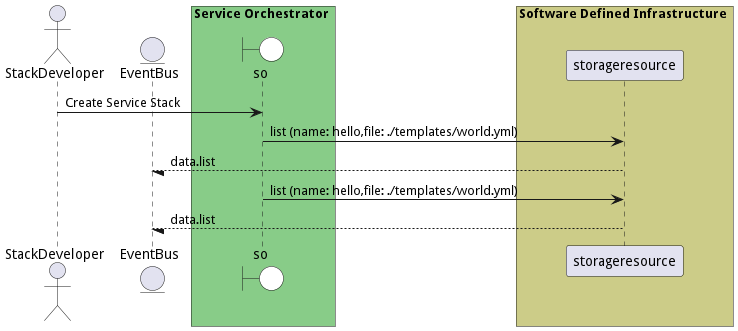
Before: docs/edgemere/sml/so/usecases/managestacks/CreateServiceStack.png, a diagram exported from PlantUML (madajaju/edgemere). The source it was exported from:
```plantuml
@startuml

actor "StackDeveloper"


entity EventBus

box Service Orchestrator #88cc88
    boundary so #white
end box


box Software Defined Infrastructure #cccc88
            participant storageresource
    end box


"StackDeveloper" -> so: Create Service Stack

    so -> "storageresource": list (name: hello,file: ./templates/world.yml)

    "storageresource" --/ EventBus: data.list

    so -> "storageresource": list (name: hello,file: ./templates/world.yml)

    "storageresource" --/ EventBus: data.list



@enduml
```
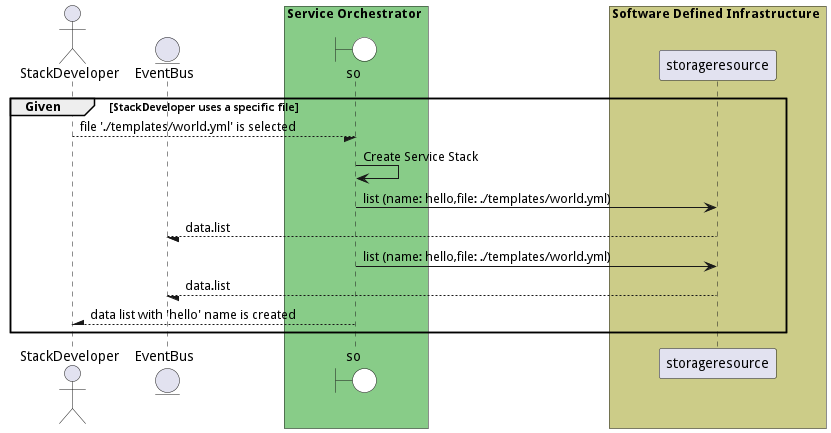
After the commit.

What changed in the source:
```diff
@@ -1,4 +1,5 @@
 @startuml
+
 
 actor "StackDeveloper"
 
@@ -14,8 +15,10 @@
             participant storageresource
     end box
 
+group Given [StackDeveloper uses a specific file]
 
-"StackDeveloper" -> so: Create Service Stack
+"StackDeveloper" --/ so: file &#39;./templates/world.yml&#39; is selected
+"so" -> so: Create Service Stack
 
     so -> "storageresource": list (name: hello,file: ./templates/world.yml)
 
@@ -27,4 +30,9 @@
 
 
 
+"StackDeveloper" /-- so: data list with &#39;hello&#39; name is created
+
+
+end
+
 @enduml
```
